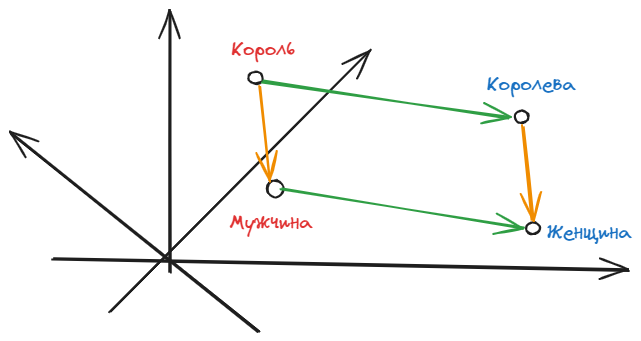
Before: diplom/assets/ml/nlp/vector.excalidraw.png, a diagram exported from Excalidraw (NMashalov/EducationGenerativeModelApplication). Source tidied: one line per element, renumbered; positions are measured from the earlier drawing's top-left corner, leaving out a move shared by most shapes. Its diagram source:
```json
{"id": 0, "type": "arrow", "strokeColor": "#1e1e1e", "strokeWidth": 2, "roughness": 1, "endArrowhead": "arrow", "round": true, "x": 160, "y": 261, "width": 0, "height": 261, "points": [[0, 0], [0, -261]]}
{"id": 1, "type": "arrow", "strokeColor": "#1e1e1e", "strokeWidth": 2, "roughness": 1, "endArrowhead": "arrow", "round": true, "x": 99, "y": 300, "width": 261, "height": 261, "points": [[0, 0], [261, -261]]}
{"id": 2, "type": "arrow", "strokeColor": "#1e1e1e", "strokeWidth": 2, "roughness": 1, "endArrowhead": "arrow", "round": true, "x": 42, "y": 249, "width": 575, "height": 10, "points": [[0, 0], [575, 10]]}
{"id": 3, "type": "arrow", "strokeColor": "#1e1e1e", "strokeWidth": 2, "roughness": 1, "endArrowhead": "arrow", "round": true, "x": 248, "y": 320, "width": 248, "height": 198, "points": [[0, 0], [-248, -198]]}
{"id": 4, "type": "text", "text": "Король", "strokeColor": "#e03131", "strokeWidth": 2, "roughness": 1, "fontSize": 20, "fontFamily": 1, "x": 220, "y": 26, "width": 65, "height": 25}
{"id": 5, "type": "ellipse", "strokeColor": "#1e1e1e", "strokeWidth": 2, "roughness": 1, "round": true, "x": 238, "y": 61, "width": 14, "height": 12}
{"id": 6, "type": "text", "text": "Королева", "strokeColor": "#1971c2", "strokeWidth": 2, "roughness": 1, "fontSize": 20, "fontFamily": 1, "x": 476, "y": 61, "width": 89, "height": 25}
{"id": 7, "type": "ellipse", "strokeColor": "#1e1e1e", "strokeWidth": 2, "roughness": 1, "round": true, "x": 504, "y": 100, "width": 14, "height": 12}
{"id": 8, "type": "ellipse", "strokeColor": "#1e1e1e", "strokeWidth": 2, "roughness": 1, "round": true, "x": 515, "y": 211, "width": 14, "height": 12}
{"id": 9, "type": "ellipse", "strokeColor": "#1e1e1e", "strokeWidth": 2, "roughness": 1, "round": true, "x": 257, "y": 169, "width": 16, "height": 17}
{"id": 10, "type": "arrow", "strokeColor": "#2f9e44", "strokeWidth": 2, "roughness": 1, "endArrowhead": "arrow", "round": true, "from": 5, "to": 7, "x": 253, "y": 70, "width": 246, "height": 36, "points": [[0, 0], [246, 36]]}
{"id": 11, "type": "arrow", "strokeColor": "#f08c00", "strokeWidth": 2, "roughness": 1, "endArrowhead": "arrow", "round": true, "from": 5, "to": 9, "x": 249, "y": 75, "width": 10, "height": 94, "points": [[0, 0], [10, 94]]}
{"id": 12, "type": "arrow", "strokeColor": "#f08c00", "strokeWidth": 2, "roughness": 1, "endArrowhead": "arrow", "round": true, "from": 7, "to": 8, "x": 512, "y": 115, "width": 10, "height": 94, "points": [[0, 0], [10, 94]]}
{"id": 13, "type": "arrow", "strokeColor": "#2f9e44", "strokeWidth": 2, "roughness": 1, "endArrowhead": "arrow", "round": true, "to": 8, "x": 270, "y": 178, "width": 243, "height": 40, "points": [[0, 0], [243, 40]]}
{"id": 14, "type": "text", "text": "Мужчина", "strokeColor": "#e03131", "strokeWidth": 2, "roughness": 1, "fontSize": 20, "fontFamily": 1, "x": 219, "y": 199, "width": 83, "height": 25}
{"id": 15, "type": "text", "text": "Женщина", "strokeColor": "#1971c2", "strokeWidth": 2, "roughness": 1, "fontSize": 20, "fontFamily": 1, "x": 536, "y": 209, "width": 85, "height": 25}
```
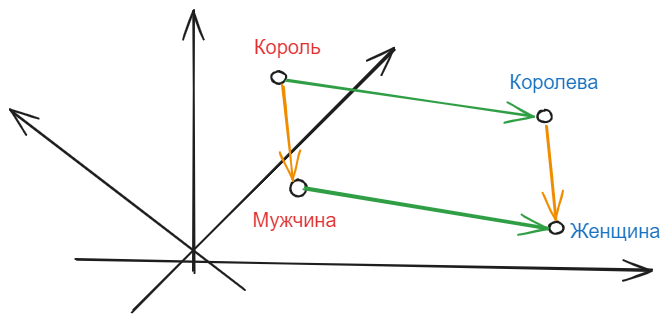
After the commit.

What changed in the source:
```diff
@@ -1,16 +1,16 @@
-{"id": 0, "type": "arrow", "strokeColor": "#1e1e1e", "strokeWidth": 2, "roughness": 1, "endArrowhead": "arrow", "round": true, "x": 160, "y": 261, "width": 0, "height": 261, "points": [[0, 0], [0, -261]]}
-{"id": 1, "type": "arrow", "strokeColor": "#1e1e1e", "strokeWidth": 2, "roughness": 1, "endArrowhead": "arrow", "round": true, "x": 99, "y": 300, "width": 261, "height": 261, "points": [[0, 0], [261, -261]]}
-{"id": 2, "type": "arrow", "strokeColor": "#1e1e1e", "strokeWidth": 2, "roughness": 1, "endArrowhead": "arrow", "round": true, "x": 42, "y": 249, "width": 575, "height": 10, "points": [[0, 0], [575, 10]]}
-{"id": 3, "type": "arrow", "strokeColor": "#1e1e1e", "strokeWidth": 2, "roughness": 1, "endArrowhead": "arrow", "round": true, "x": 248, "y": 320, "width": 248, "height": 198, "points": [[0, 0], [-248, -198]]}
+{"id": 16, "type": "arrow", "strokeColor": "#1e1e1e", "strokeWidth": 2, "roughness": 1, "endArrowhead": "arrow", "round": true, "x": 160, "y": 261, "width": 0, "height": 261, "points": [[0, 0], [0, -261]]}
+{"id": 17, "type": "arrow", "strokeColor": "#1e1e1e", "strokeWidth": 2, "roughness": 1, "endArrowhead": "arrow", "round": true, "x": 99, "y": 300, "width": 261, "height": 261, "points": [[0, 0], [261, -261]]}
+{"id": 18, "type": "arrow", "strokeColor": "#1e1e1e", "strokeWidth": 2, "roughness": 1, "endArrowhead": "arrow", "round": true, "x": 42, "y": 249, "width": 575, "height": 10, "points": [[0, 0], [575, 10]]}
+{"id": 19, "type": "arrow", "strokeColor": "#1e1e1e", "strokeWidth": 2, "roughness": 1, "endArrowhead": "arrow", "round": true, "x": 210, "y": 280, "width": 233, "height": 180, "points": [[0, 0], [-233, -180]]}
-{"id": 4, "type": "text", "text": "Король", "strokeColor": "#e03131", "strokeWidth": 2, "roughness": 1, "fontSize": 20, "fontFamily": 1, "x": 220, "y": 26, "width": 65, "height": 25}
+{"id": 4, "type": "text", "text": "Король", "strokeColor": "#e03131", "strokeWidth": 2, "roughness": 1, "fontSize": 20, "fontFamily": 2, "x": 220, "y": 26, "width": 67, "height": 23}
-{"id": 5, "type": "ellipse", "strokeColor": "#1e1e1e", "strokeWidth": 2, "roughness": 1, "round": true, "x": 238, "y": 61, "width": 14, "height": 12}
+{"id": 20, "type": "ellipse", "strokeColor": "#1e1e1e", "strokeWidth": 2, "roughness": 1, "round": true, "x": 238, "y": 61, "width": 14, "height": 12}
-{"id": 6, "type": "text", "text": "Королева", "strokeColor": "#1971c2", "strokeWidth": 2, "roughness": 1, "fontSize": 20, "fontFamily": 1, "x": 476, "y": 61, "width": 89, "height": 25}
+{"id": 6, "type": "text", "text": "Королева", "strokeColor": "#1971c2", "strokeWidth": 2, "roughness": 1, "fontSize": 20, "fontFamily": 2, "x": 476, "y": 61, "width": 89, "height": 23}
-{"id": 7, "type": "ellipse", "strokeColor": "#1e1e1e", "strokeWidth": 2, "roughness": 1, "round": true, "x": 504, "y": 100, "width": 14, "height": 12}
-{"id": 8, "type": "ellipse", "strokeColor": "#1e1e1e", "strokeWidth": 2, "roughness": 1, "round": true, "x": 515, "y": 211, "width": 14, "height": 12}
-{"id": 9, "type": "ellipse", "strokeColor": "#1e1e1e", "strokeWidth": 2, "roughness": 1, "round": true, "x": 257, "y": 169, "width": 16, "height": 17}
-{"id": 10, "type": "arrow", "strokeColor": "#2f9e44", "strokeWidth": 2, "roughness": 1, "endArrowhead": "arrow", "round": true, "from": 5, "to": 7, "x": 253, "y": 70, "width": 246, "height": 36, "points": [[0, 0], [246, 36]]}
-{"id": 11, "type": "arrow", "strokeColor": "#f08c00", "strokeWidth": 2, "roughness": 1, "endArrowhead": "arrow", "round": true, "from": 5, "to": 9, "x": 249, "y": 75, "width": 10, "height": 94, "points": [[0, 0], [10, 94]]}
-{"id": 12, "type": "arrow", "strokeColor": "#f08c00", "strokeWidth": 2, "roughness": 1, "endArrowhead": "arrow", "round": true, "from": 7, "to": 8, "x": 512, "y": 115, "width": 10, "height": 94, "points": [[0, 0], [10, 94]]}
-{"id": 13, "type": "arrow", "strokeColor": "#2f9e44", "strokeWidth": 2, "roughness": 1, "endArrowhead": "arrow", "round": true, "to": 8, "x": 270, "y": 178, "width": 243, "height": 40, "points": [[0, 0], [243, 40]]}
+{"id": 21, "type": "ellipse", "strokeColor": "#1e1e1e", "strokeWidth": 2, "roughness": 1, "round": true, "x": 504, "y": 100, "width": 14, "height": 12}
+{"id": 22, "type": "ellipse", "strokeColor": "#1e1e1e", "strokeWidth": 2, "roughness": 1, "round": true, "x": 515, "y": 211, "width": 14, "height": 12}
+{"id": 23, "type": "ellipse", "strokeColor": "#1e1e1e", "strokeWidth": 2, "roughness": 1, "round": true, "x": 257, "y": 169, "width": 16, "height": 17}
+{"id": 24, "type": "arrow", "strokeColor": "#2f9e44", "strokeWidth": 2, "roughness": 1, "endArrowhead": "arrow", "round": true, "from": 20, "to": 21, "x": 253, "y": 70, "width": 246, "height": 36, "points": [[0, 0], [246, 36]]}
+{"id": 25, "type": "arrow", "strokeColor": "#f08c00", "strokeWidth": 2, "roughness": 1, "endArrowhead": "arrow", "round": true, "from": 20, "to": 23, "x": 249, "y": 75, "width": 10, "height": 94, "points": [[0, 0], [10, 94]]}
+{"id": 26, "type": "arrow", "strokeColor": "#f08c00", "strokeWidth": 2, "roughness": 1, "endArrowhead": "arrow", "round": true, "from": 21, "to": 15, "x": 512, "y": 115, "width": 10, "height": 94, "points": [[0, 0], [10, 94]]}
+{"id": 27, "type": "arrow", "strokeColor": "#2f9e44", "strokeWidth": 2, "roughness": 1, "endArrowhead": "arrow", "round": true, "to": 22, "x": 270, "y": 178, "width": 243, "height": 40, "points": [[0, 0], [243, 40]]}
-{"id": 14, "type": "text", "text": "Мужчина", "strokeColor": "#e03131", "strokeWidth": 2, "roughness": 1, "fontSize": 20, "fontFamily": 1, "x": 219, "y": 199, "width": 83, "height": 25}
+{"id": 14, "type": "text", "text": "Мужчина", "strokeColor": "#e03131", "strokeWidth": 2, "roughness": 1, "fontSize": 20, "fontFamily": 2, "x": 219, "y": 199, "width": 84, "height": 23}
-{"id": 15, "type": "text", "text": "Женщина", "strokeColor": "#1971c2", "strokeWidth": 2, "roughness": 1, "fontSize": 20, "fontFamily": 1, "x": 536, "y": 209, "width": 85, "height": 25}
+{"id": 15, "type": "text", "text": "Женщина", "strokeColor": "#1971c2", "strokeWidth": 2, "roughness": 1, "fontSize": 20, "fontFamily": 2, "x": 536, "y": 209, "width": 90, "height": 23}
```
